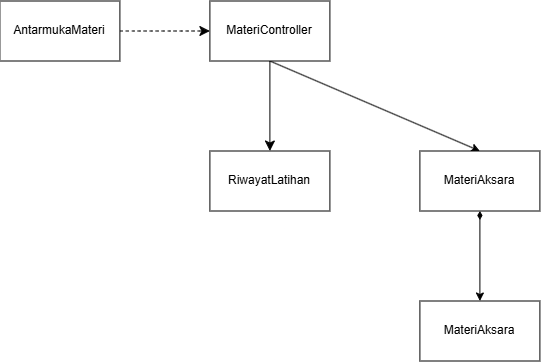
Above: docs/M4/assets/diagram/UC02.png in nighttbott/IF2150-RPL-K02-G04 (draw.io), before the change. Source tidied: cells renumbered, new cells last; positions are measured from the earlier drawing's top-left corner, leaving out a move shared by most shapes.
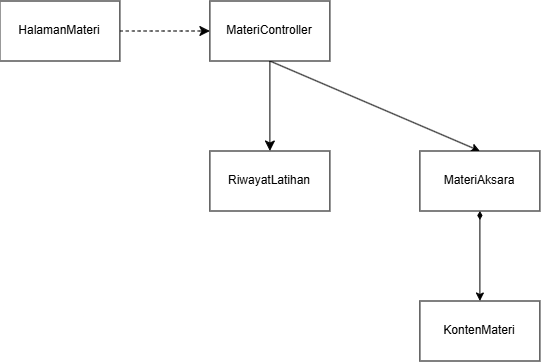
The same file after the commit.

The edit, as a diff of the source:
```diff
@@ -5,7 +5,7 @@
     <mxCell id="2" style="edgeStyle=none;curved=1;rounded=0;jettySize=auto;html=1;fontSize=12;startSize=8;endSize=8;dashed=1;" parent="1" edge="1" source="3" target="6">
       <mxGeometry relative="1" as="geometry" />
     </mxCell>
-    <mxCell id="3" value="AntarmukaMateri" style="whiteSpace=wrap;html=1;" parent="1" vertex="1">
+    <mxCell id="3" value="HalamanMateri" style="whiteSpace=wrap;html=1;" parent="1" vertex="1">
       <mxGeometry width="120" height="60" as="geometry" />
     </mxCell>
     <mxCell id="4" style="edgeStyle=none;curved=1;rounded=0;jettySize=auto;html=1;fontSize=12;startSize=8;endSize=8;" parent="1" edge="1" source="6" target="7">
@@ -26,7 +26,7 @@
     <mxCell id="9" value="MateriAksara" style="whiteSpace=wrap;html=1;" parent="1" vertex="1">
       <mxGeometry x="420" y="150" width="120" height="60" as="geometry" />
     </mxCell>
-    <mxCell id="10" value="MateriAksara" style="whiteSpace=wrap;html=1;" parent="1" vertex="1">
+    <mxCell id="10" value="KontenMateri" style="whiteSpace=wrap;html=1;" parent="1" vertex="1">
       <mxGeometry x="420" y="300" width="120" height="60" as="geometry" />
     </mxCell>
     <mxCell id="11" style="edgeStyle=none;rounded=0;jettySize=auto;html=1;entryX=0.5;entryY=0;entryDx=0;entryDy=0;" parent="1" edge="1" source="9">
```
